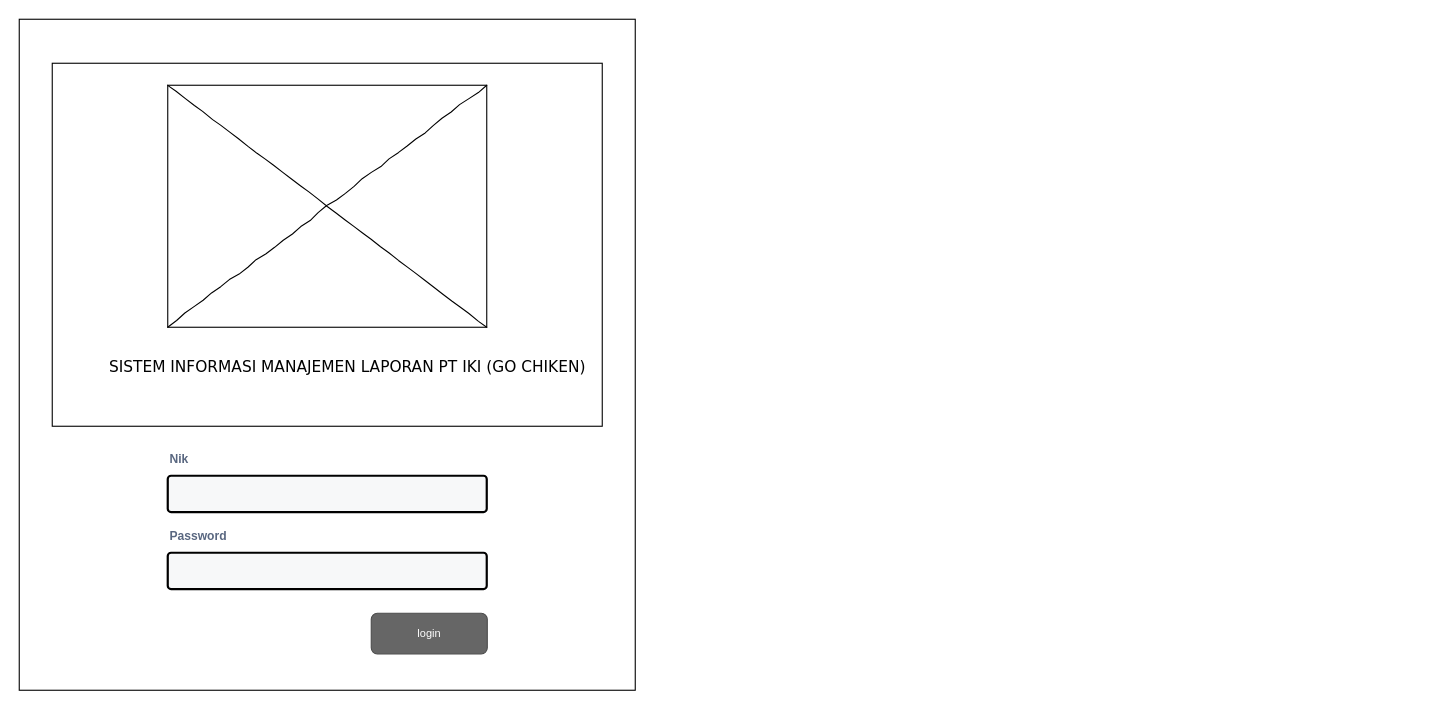
This is diagram/rancangan_layar/rancangan_login.drawio from mqnoy/kakapeh, a draw.io file, before an edit. Source tidied: cells renumbered, new cells numbered last; positions are measured from the earlier drawing's top-left corner, leaving out a move shared by most shapes. Both pictures are drawn from the tidied source at 110%, with x=0, y=0 at pixel (19, 19).
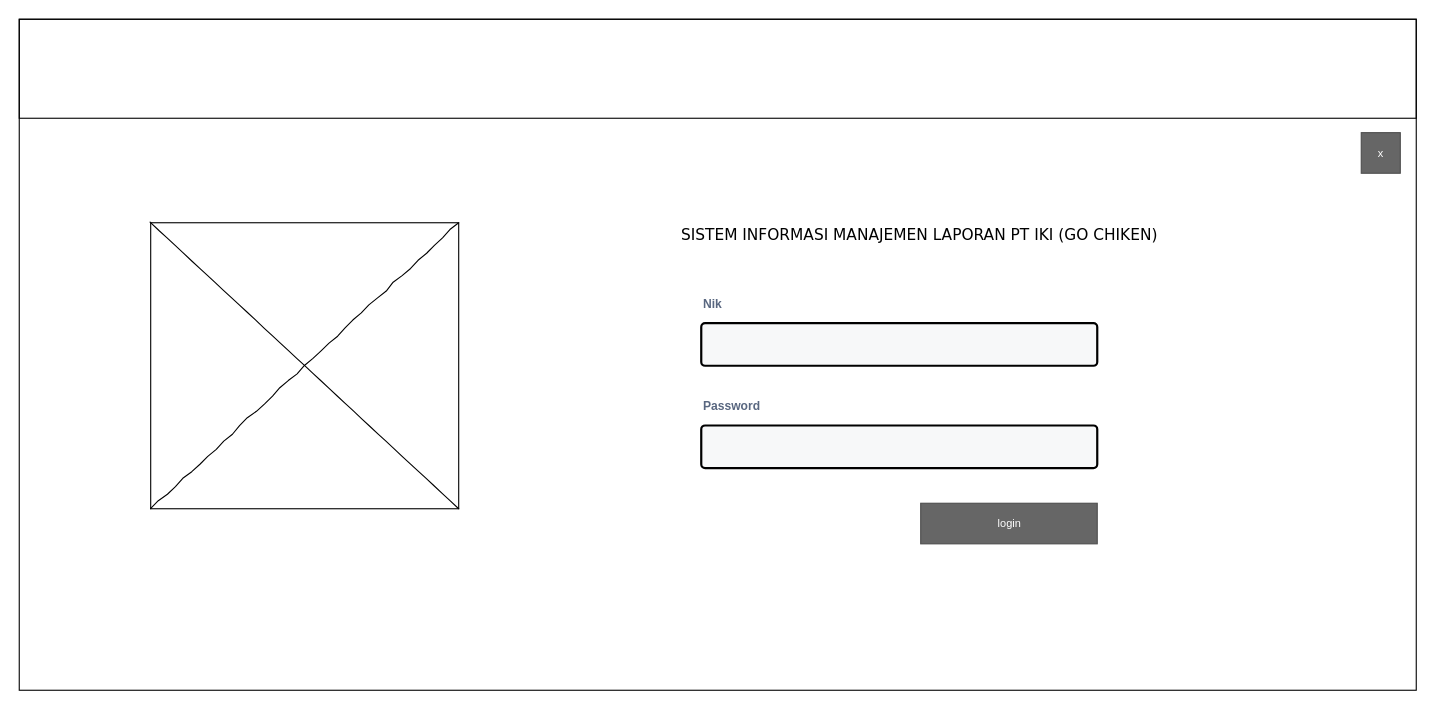
The same diagram, later.

Diff of the diagram source:
```diff
@@
 <mxGraphModel background="#ffffff">
   <root>
     <mxCell id="0" />
     <mxCell id="1" parent="0" />
     <mxCell id="2" style="whiteSpace=wrap;html=1;rounded=0;shadow=0;labelBackgroundColor=none;strokeColor=#000000;strokeWidth=1;fillColor=none;fontFamily=Verdana;fontSize=12;fontColor=#000000;align=center;comic=0;" parent="1" vertex="1">
-      <mxGeometry width="560" height="610" as="geometry" />
+      <mxGeometry width="1270" height="610" as="geometry" />
     </mxCell>
     <mxCell id="3" style="whiteSpace=wrap;html=1;rounded=0;shadow=0;labelBackgroundColor=none;strokeWidth=1;fillColor=none;fontFamily=Verdana;fontSize=12;align=center;comic=0;" parent="1" vertex="1">
-      <mxGeometry x="30" y="40" width="500" height="330" as="geometry" />
+      <mxGeometry width="1270" height="90" as="geometry" />
     </mxCell>
     <mxCell id="4" value="SISTEM INFORMASI MANAJEMEN LAPORAN PT IKI (GO CHIKEN)" style="text;html=1;align=left;verticalAlign=top;spacingTop=-4;fontSize=14;fontFamily=Verdana;" parent="1" vertex="1">
-      <mxGeometry x="80" y="305" width="420" height="20" as="geometry" />
+      <mxGeometry x="600" y="185" width="420" height="20" as="geometry" />
     </mxCell>
     <mxCell id="5" style="verticalLabelPosition=bottom;shadow=0;dashed=0;align=center;html=1;verticalAlign=top;strokeWidth=1;shape=mxgraph.mockup.graphics.simpleIcon;strokeColor=#000000;rounded=0;labelBackgroundColor=none;fontFamily=Verdana;fontSize=14;fontColor=#000000;comic=1;" parent="1" vertex="1">
-      <mxGeometry x="135" y="60" width="290" height="220" as="geometry" />
+      <mxGeometry x="119.5" y="185" width="280" height="260" as="geometry" />
     </mxCell>
+    <mxCell id="10" value="login" style="rounded=0;html=1;shadow=0;dashed=0;whiteSpace=wrap;fontSize=10;fillColor=#666666;align=center;strokeColor=#4D4D4D;fontColor=#ffffff;comic=0;" parent="1" vertex="1">
+      <mxGeometry x="819.5" y="440" width="160.5" height="36.9" as="geometry" />
+    </mxCell>
+    <mxCell id="11" style="group;" parent="1" vertex="1">
+      <mxGeometry x="620" y="247" width="360" height="68" as="geometry" />
+    </mxCell>
-    <mxCell id="6" value="Nik" style="fillColor=none;strokeColor=none;html=1;fontSize=11;fontStyle=0;align=left;fontColor=#596780;fontStyle=1;fontSize=11;comic=0;" parent="1" vertex="1">
-      <mxGeometry x="135" y="390" width="240" height="20" as="geometry" />
+    <mxCell id="6" value="Nik" style="fillColor=none;strokeColor=none;html=1;fontSize=11;fontStyle=0;align=left;fontColor=#596780;fontStyle=1;fontSize=11;comic=0;" parent="11" vertex="1">
+      <mxGeometry width="297.9" height="23.4" as="geometry" />
     </mxCell>
-    <mxCell id="7" style="rounded=1;arcSize=9;fillColor=#F7F8F9;align=left;spacingLeft=5;strokeColor=#000000;html=1;strokeWidth=2;fontColor=#596780;fontSize=12;comic=0;" parent="1" vertex="1">
-      <mxGeometry x="135" y="415" width="290" height="33" as="geometry" />
+    <mxCell id="7" style="rounded=1;arcSize=9;fillColor=#F7F8F9;align=left;spacingLeft=5;strokeColor=#000000;html=1;strokeWidth=2;fontColor=#596780;fontSize=12;comic=0;" parent="11" vertex="1">
+      <mxGeometry y="29.3" width="360" height="38.7" as="geometry" />
     </mxCell>
+    <mxCell id="12" style="group;" parent="1" vertex="1">
+      <mxGeometry x="620" y="340" width="360" height="68" as="geometry" />
+    </mxCell>
-    <mxCell id="8" value="Password" style="fillColor=none;strokeColor=none;html=1;fontSize=11;fontStyle=0;align=left;fontColor=#596780;fontStyle=1;fontSize=11;comic=0;" parent="1" vertex="1">
-      <mxGeometry x="135" y="460" width="240" height="20" as="geometry" />
+    <mxCell id="8" value="Password" style="fillColor=none;strokeColor=none;html=1;fontSize=11;fontStyle=0;align=left;fontColor=#596780;fontStyle=1;fontSize=11;comic=0;" parent="12" vertex="1">
+      <mxGeometry width="297.9" height="23.4" as="geometry" />
     </mxCell>
-    <mxCell id="9" style="rounded=1;arcSize=9;fillColor=#F7F8F9;align=left;spacingLeft=5;strokeColor=#000000;html=1;strokeWidth=2;fontColor=#596780;fontSize=12;comic=0;" parent="1" vertex="1">
-      <mxGeometry x="135" y="485" width="290" height="33" as="geometry" />
+    <mxCell id="9" style="rounded=1;arcSize=9;fillColor=#F7F8F9;align=left;spacingLeft=5;strokeColor=#000000;html=1;strokeWidth=2;fontColor=#596780;fontSize=12;comic=0;" parent="12" vertex="1">
+      <mxGeometry y="29.3" width="360" height="38.7" as="geometry" />
     </mxCell>
-    <mxCell id="10" value="login" style="rounded=1;html=1;shadow=0;dashed=0;whiteSpace=wrap;fontSize=10;fillColor=#666666;align=center;strokeColor=#4D4D4D;fontColor=#ffffff;comic=0;" parent="1" vertex="1">
-      <mxGeometry x="320" y="540" width="105.5" height="36.9" as="geometry" />
-    </mxCell>
+    <mxCell id="13" value="x" style="rounded=0;html=1;shadow=0;dashed=0;whiteSpace=wrap;fontSize=10;fillColor=#666666;align=center;strokeColor=#4D4D4D;fontColor=#ffffff;comic=0;" parent="1" vertex="1">
+      <mxGeometry x="1220" y="103.1" width="35.5" height="36.9" as="geometry" />
+    </mxCell>
   </root>
 </mxGraphModel>
```
